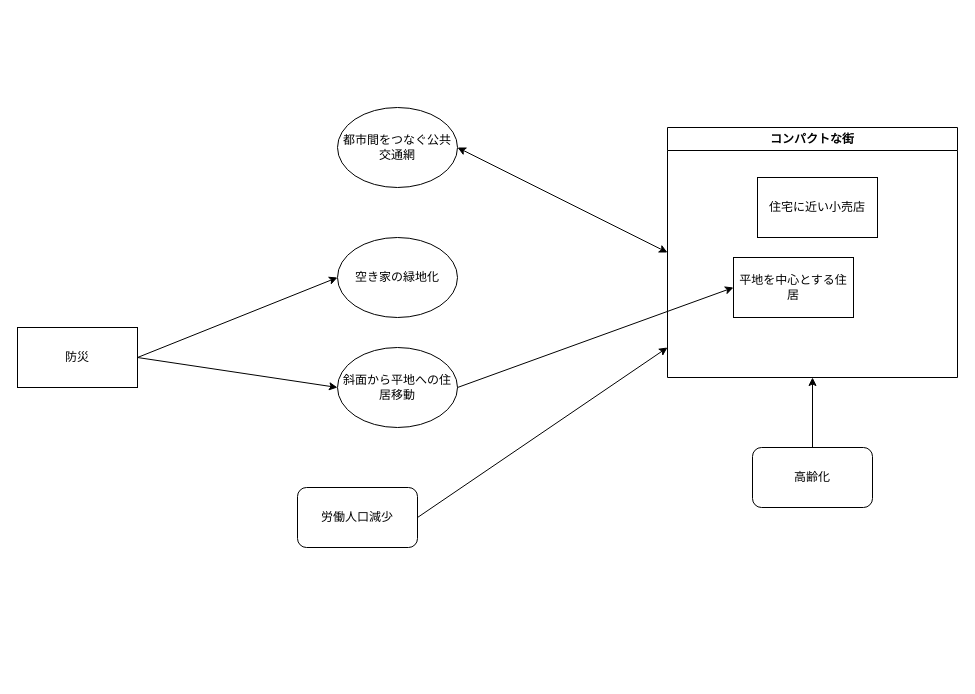
Above: 呉市都市計画関連.drawio in rokaboNatttsu/diagrams (draw.io), before the change. Source tidied: cells renumbered, new cells numbered last; positions are measured from the earlier drawing's top-left corner, leaving out a move shared by most shapes. Both pictures are drawn from the tidied source at 100%, with x=0, y=0 at pixel (17, 107).
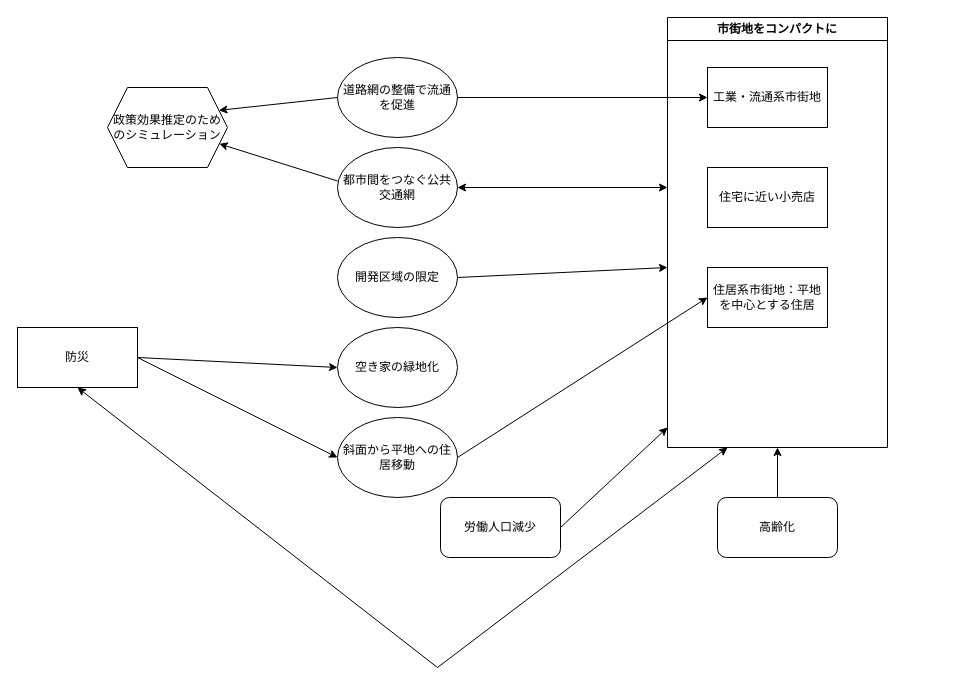
After the change.

Commit message (it also covers changes not shown here):
呉市都市計画関連.drawio を更新します

The change refers to these unchanged cells:
```xml
<mxCell id="2" value="防災" style="rounded=0;whiteSpace=wrap;html=1;" parent="1" vertex="1">
  <mxGeometry y="220" width="120" height="60" as="geometry" />
</mxCell>
```

The edit, as a diff of the source:
```diff
@@
-    <mxCell id="3" value="コンパクトな街" style="swimlane;whiteSpace=wrap;html=1;" parent="1" vertex="1">
-      <mxGeometry x="650" y="20" width="290" height="250" as="geometry" />
+    <mxCell id="3" value="市街地をコンパクトに" style="swimlane;whiteSpace=wrap;html=1;" parent="1" vertex="1">
+      <mxGeometry x="650" y="-90" width="220" height="430" as="geometry" />
     </mxCell>
-    <mxCell id="4" value="平地を中心とする住居" style="rounded=0;whiteSpace=wrap;html=1;" parent="3" vertex="1">
-      <mxGeometry x="66" y="130" width="120" height="60" as="geometry" />
+    <mxCell id="4" value="住居系市街地：平地を中心とする住居" style="rounded=0;whiteSpace=wrap;html=1;" parent="3" vertex="1">
+      <mxGeometry x="40" y="250" width="120" height="60" as="geometry" />
     </mxCell>
     <mxCell id="5" value="住宅に近い小売店" style="rounded=0;whiteSpace=wrap;html=1;" parent="3" vertex="1">
-      <mxGeometry x="90" y="50" width="120" height="60" as="geometry" />
+      <mxGeometry x="40" y="150" width="120" height="60" as="geometry" />
     </mxCell>
+    <mxCell id="17" value="工業・流通系市街地" style="rounded=0;whiteSpace=wrap;html=1;" parent="3" vertex="1">
+      <mxGeometry x="40" y="50" width="120" height="60" as="geometry" />
+    </mxCell>
     <mxCell id="6" value="労働人口減少" style="rounded=1;whiteSpace=wrap;html=1;" parent="1" vertex="1">
-      <mxGeometry x="280" y="380" width="120" height="60" as="geometry" />
+      <mxGeometry x="423" y="390" width="120" height="60" as="geometry" />
     </mxCell>
     <mxCell id="7" value="高齢化" style="rounded=1;whiteSpace=wrap;html=1;" parent="1" vertex="1">
-      <mxGeometry x="735" y="340" width="120" height="60" as="geometry" />
+      <mxGeometry x="700" y="390" width="120" height="60" as="geometry" />
     </mxCell>
     <mxCell id="8" value="斜面から平地への住居移動" style="ellipse;whiteSpace=wrap;html=1;" parent="1" vertex="1">
-      <mxGeometry x="320" y="240" width="120" height="80" as="geometry" />
+      <mxGeometry x="320" y="310" width="120" height="80" as="geometry" />
     </mxCell>
@@
     <mxCell id="12" value="空き家の緑地化" style="ellipse;whiteSpace=wrap;html=1;" parent="1" vertex="1">
-      <mxGeometry x="320" y="130" width="120" height="80" as="geometry" />
+      <mxGeometry x="320" y="220" width="120" height="80" as="geometry" />
     </mxCell>
@@
     <mxCell id="14" style="endArrow=classic;html=1;rounded=0;exitX=1;exitY=0.5;exitDx=0;exitDy=0;" parent="1" edge="1" source="6">
       <mxGeometry relative="1" as="geometry">
-        <mxPoint x="650" y="240" as="targetPoint" />
+        <mxPoint x="650" y="320" as="targetPoint" />
       </mxGeometry>
     </mxCell>
     <mxCell id="15" value="都市間をつなぐ公共交通網" style="ellipse;whiteSpace=wrap;html=1;" parent="1" vertex="1">
-      <mxGeometry x="320" width="120" height="80" as="geometry" />
+      <mxGeometry x="320" y="40" width="120" height="80" as="geometry" />
     </mxCell>
-    <mxCell id="16" style="endArrow=classic;startArrow=classic;html=1;rounded=0;entryX=0;entryY=0.5;entryDx=0;entryDy=0;exitX=1;exitY=0.5;exitDx=0;exitDy=0;" parent="1" edge="1" source="15" target="3">
-      <mxGeometry relative="1" as="geometry" />
+    <mxCell id="16" style="endArrow=classic;startArrow=classic;html=1;rounded=0;exitX=1;exitY=0.5;exitDx=0;exitDy=0;" parent="1" edge="1" source="15">
+      <mxGeometry relative="1" as="geometry">
+        <mxPoint x="650" y="80" as="targetPoint" />
+      </mxGeometry>
     </mxCell>
+    <mxCell id="18" value="政策効果推定のためのシミュレーション" style="shape=hexagon;perimeter=hexagonPerimeter2;whiteSpace=wrap;html=1;fixedSize=1;" parent="1" vertex="1">
+      <mxGeometry x="90" y="-20" width="120" height="80" as="geometry" />
+    </mxCell>
+    <mxCell id="19" value="道路網の整備で流通を促進" style="ellipse;whiteSpace=wrap;html=1;" parent="1" vertex="1">
+      <mxGeometry x="320" y="-50" width="120" height="80" as="geometry" />
+    </mxCell>
+    <mxCell id="20" style="endArrow=classic;html=1;rounded=0;entryX=0;entryY=0.5;entryDx=0;entryDy=0;exitX=1;exitY=0.5;exitDx=0;exitDy=0;" parent="1" edge="1" source="19" target="17">
+      <mxGeometry relative="1" as="geometry" />
+    </mxCell>
+    <mxCell id="21" value="開発区域の限定" style="ellipse;whiteSpace=wrap;html=1;" parent="1" vertex="1">
+      <mxGeometry x="320" y="130" width="120" height="80" as="geometry" />
+    </mxCell>
+    <mxCell id="22" style="endArrow=classic;html=1;rounded=0;exitX=1;exitY=0.5;exitDx=0;exitDy=0;" parent="1" edge="1" source="21">
+      <mxGeometry relative="1" as="geometry">
+        <mxPoint x="650" y="160" as="targetPoint" />
+      </mxGeometry>
+    </mxCell>
+    <mxCell id="23" style="endArrow=classic;startArrow=classic;html=1;rounded=0;exitX=0.5;exitY=1;exitDx=0;exitDy=0;" parent="1" edge="1" source="2">
+      <mxGeometry relative="1" as="geometry">
+        <mxPoint x="710" y="340" as="targetPoint" />
+        <Array as="points">
+          <mxPoint x="420" y="560" />
+        </Array>
+      </mxGeometry>
+    </mxCell>
+    <mxCell id="24" style="endArrow=classic;html=1;rounded=0;exitX=0;exitY=0.5;exitDx=0;exitDy=0;entryX=1;entryY=0.25;entryDx=0;entryDy=0;" parent="1" edge="1" source="19" target="18">
+      <mxGeometry relative="1" as="geometry" />
+    </mxCell>
+    <mxCell id="25" style="endArrow=classic;html=1;rounded=0;exitX=0;exitY=0.5;exitDx=0;exitDy=0;" parent="1" edge="1" target="18">
+      <mxGeometry relative="1" as="geometry">
+        <mxPoint x="320" y="73.5" as="sourcePoint" />
+      </mxGeometry>
+    </mxCell>
```
